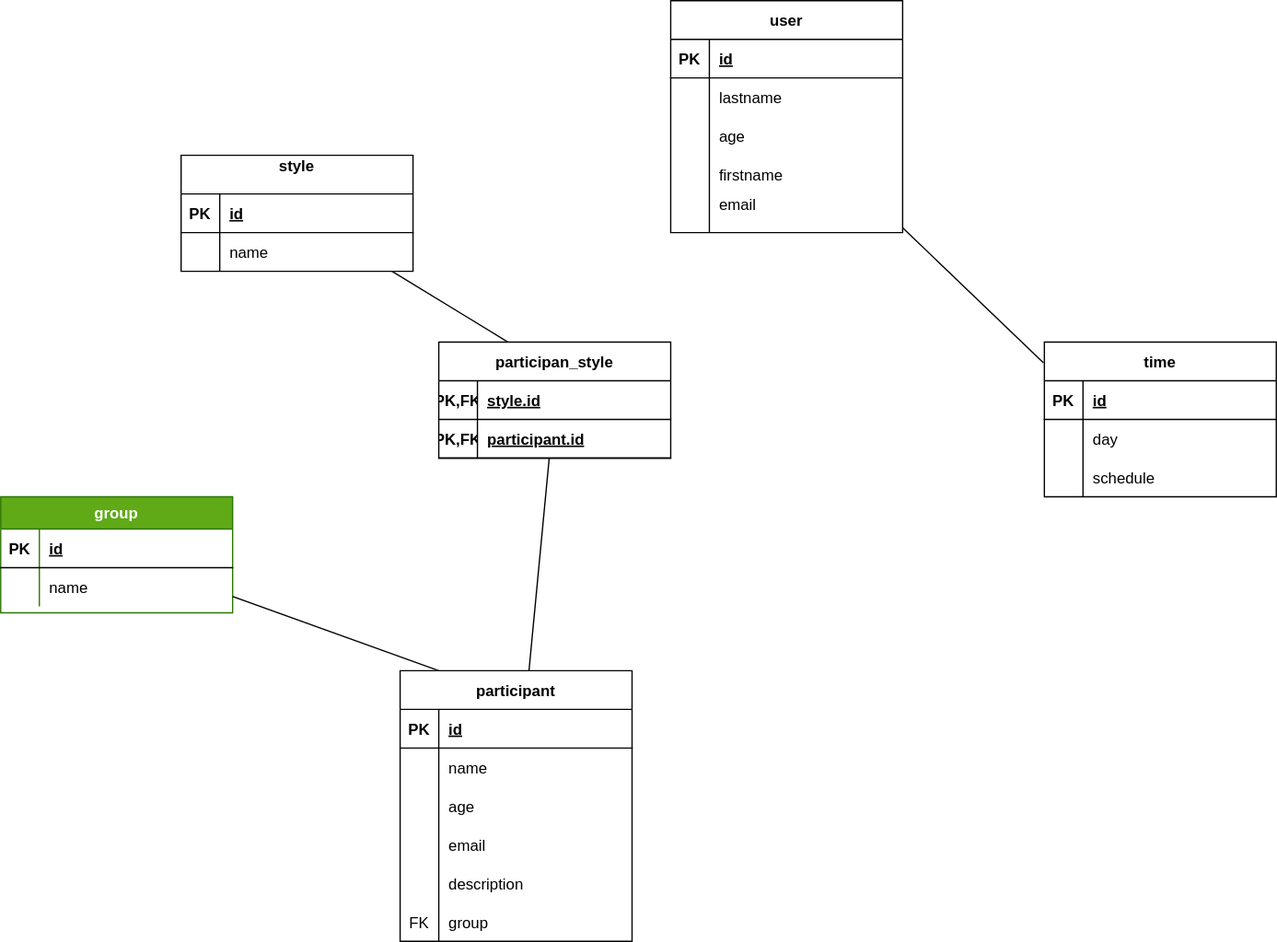
Earlier version of the draw.io export code/server/merise/MLD.rockny2.drawio.svg (Maimoudia/Rockny2). Source tidied: cells renumbered, new cells last; positions are measured from the earlier drawing's top-left corner, leaving out a move shared by most shapes.
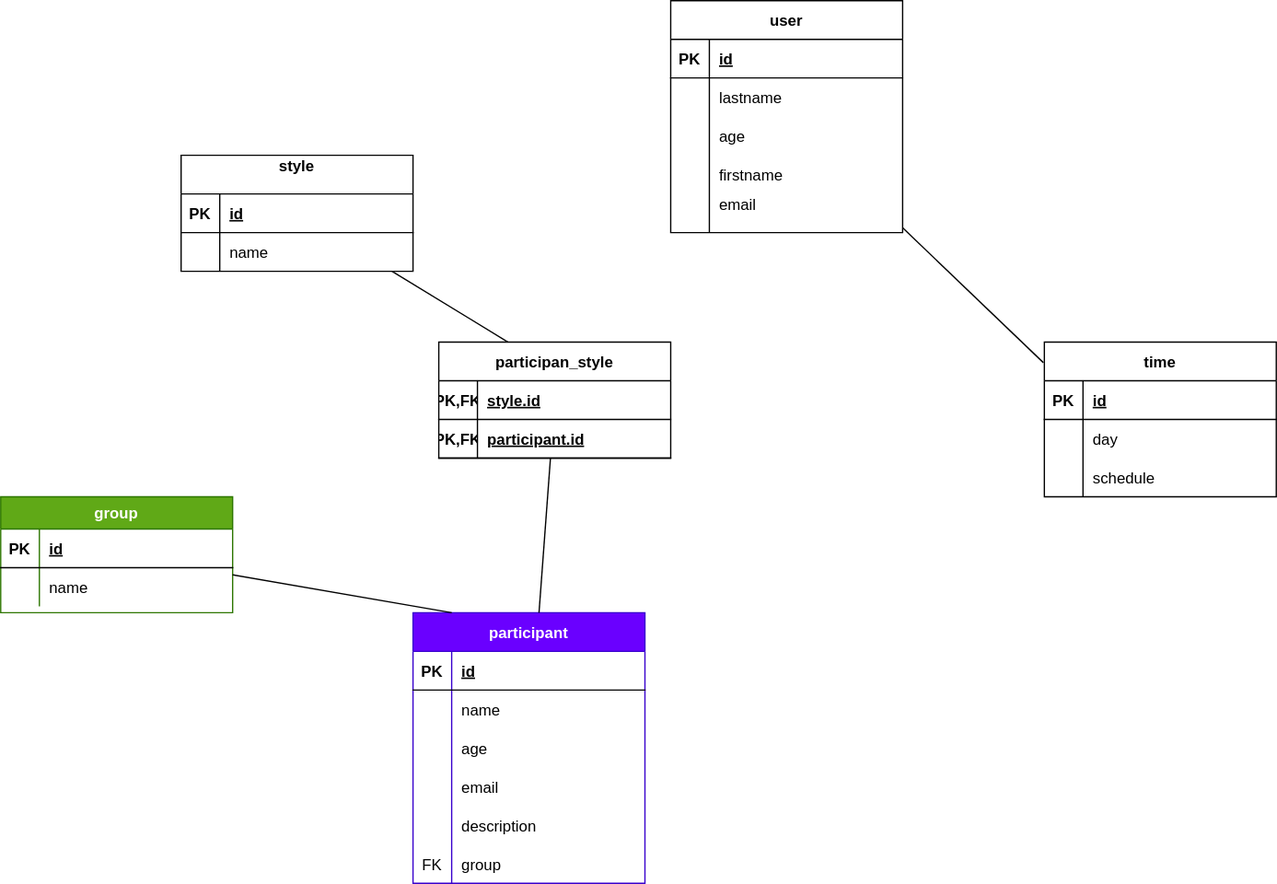
The same file after the commit.

Change to the diagram source:
```diff
@@ -23,8 +23,8 @@
     <mxCell id="8" value="name" style="shape=partialRectangle;fillColor=none;top=0;left=0;bottom=0;right=0;align=left;spacingLeft=6;overflow=hidden;rounded=0;shadow=0;glass=0;sketch=0;" parent="6" vertex="1">
       <mxGeometry x="30" width="150" height="30" as="geometry" />
     </mxCell>
-    <mxCell id="9" value="participant" style="shape=table;startSize=30;rowLines=0;fontStyle=1;align=center;rounded=0;shadow=0;glass=0;sketch=0;gradientColor=none;" parent="1" vertex="1">
-      <mxGeometry x="310" y="520" width="180" height="210" as="geometry" />
+    <mxCell id="9" value="participant" style="shape=table;startSize=30;rowLines=0;fontStyle=1;align=center;rounded=0;shadow=0;glass=0;sketch=0;fillColor=#6a00ff;fontColor=#ffffff;strokeColor=#3700CC;" parent="1" vertex="1">
+      <mxGeometry x="320" y="475" width="180" height="210" as="geometry" />
     </mxCell>
     <mxCell id="10" style="shape=tableRow;horizontal=0;startSize=0;swimlaneHead=0;swimlaneBody=0;fillColor=none;top=0;left=0;right=0;bottom=1;rounded=0;shadow=0;glass=0;sketch=0;" parent="9" vertex="1">
       <mxGeometry y="30" width="180" height="30" as="geometry" />
```
